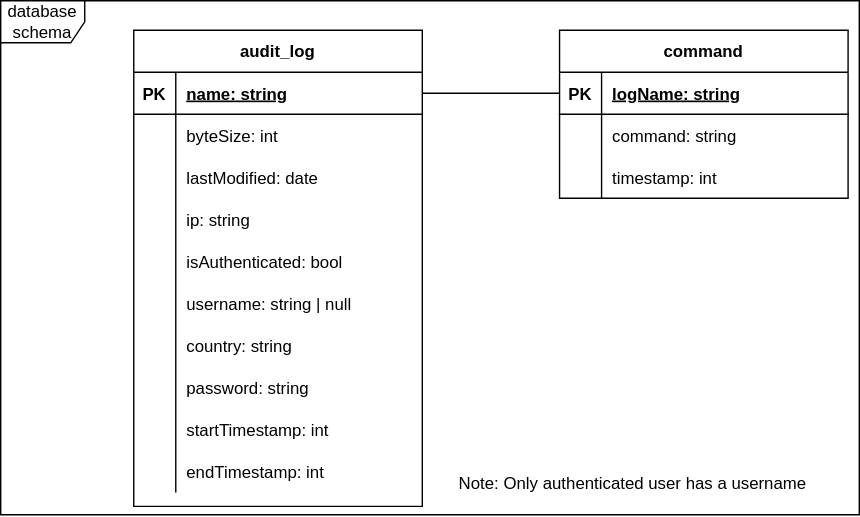
Earlier version of the draw.io export analyzer/diagrams/db_schema.drawio.svg (paseaf/ContainerSSH-honeypot). Source tidied: cells renumbered, new cells last; positions are measured from the earlier drawing's top-left corner, leaving out a move shared by most shapes.
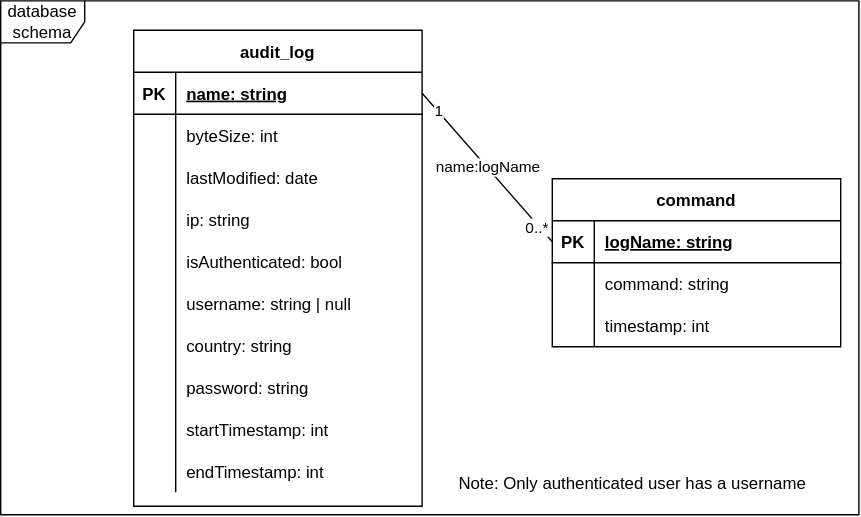
After the change.

Commit message:
docs: add cardinality to erd

What changed in the source:
```diff
@@ -102,7 +102,7 @@
       <mxGeometry x="322" y="336" width="258" height="18" as="geometry" />
     </mxCell>
     <mxCell id="35" value="command" style="shape=table;startSize=30;rowLines=0;fontStyle=1;align=center;" parent="1" vertex="1">
-      <mxGeometry x="399" y="21" width="206" height="120" as="geometry" />
+      <mxGeometry x="394" y="127" width="206" height="120" as="geometry" />
     </mxCell>
     <mxCell id="36" style="shape=partialRectangle;fillColor=none;top=0;left=0;bottom=1;right=0;points=[[0,0.5],[1,0.5]];portConstraint=eastwest;" parent="35" vertex="1">
       <mxGeometry y="30" width="206" height="30" as="geometry" />
@@ -131,8 +131,14 @@
     <mxCell id="44" value="timestamp: int" style="shape=partialRectangle;fillColor=none;top=0;left=0;bottom=0;right=0;align=left;spacingLeft=6;overflow=hidden;" parent="42" vertex="1">
       <mxGeometry x="30" width="176" height="30" as="geometry" />
     </mxCell>
-    <mxCell id="45" style="edgeStyle=none;html=1;exitX=1;exitY=0.5;exitDx=0;exitDy=0;entryX=0;entryY=0.5;entryDx=0;entryDy=0;endArrow=none;endFill=0;" parent="1" edge="1" source="4" target="36">
+    <mxCell id="45" value="name:logName" style="edgeStyle=none;html=1;exitX=1;exitY=0.5;exitDx=0;exitDy=0;entryX=0;entryY=0.5;entryDx=0;entryDy=0;endArrow=none;endFill=0;" parent="1" edge="1" source="4" target="36">
       <mxGeometry relative="1" as="geometry" />
     </mxCell>
+    <mxCell id="46" value="0..*" style="edgeLabel;html=1;align=center;verticalAlign=middle;" parent="45" vertex="1">
+      <mxGeometry x="0.78" y="-2" relative="1" as="geometry" />
+    </mxCell>
+    <mxCell id="47" value="1" style="edgeLabel;html=1;align=center;verticalAlign=middle;" parent="45" vertex="1">
+      <mxGeometry x="-0.75" relative="1" as="geometry" />
+    </mxCell>
   </root>
 </mxGraphModel>
```
